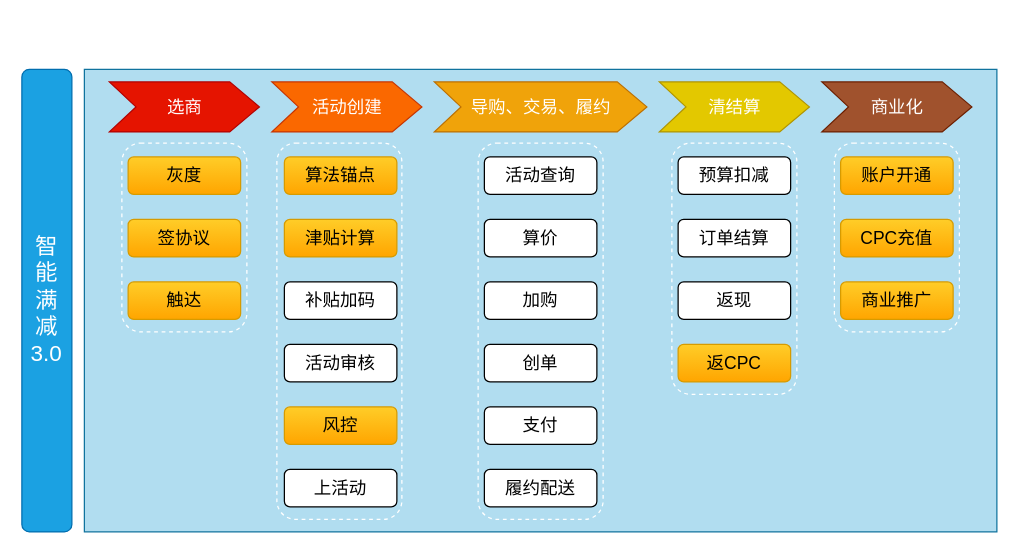
The draw.io diagram 智能满减.drawio in jon-kong/draw.io, before the edit. Source tidied: cells renumbered, new cells numbered last; positions are measured from the earlier drawing's top-left corner, leaving out a move shared by most shapes. Both pictures are drawn from the tidied source at 125%, with x=0, y=0 at pixel (21, 69).
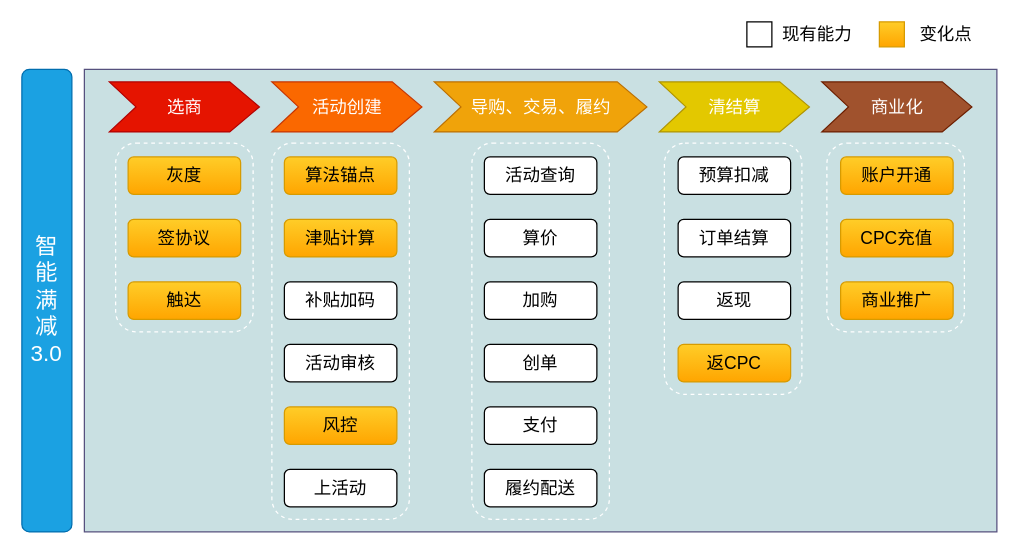
Above is the later version.

What changed in the source:
```diff
@@
-    <mxCell id="2" style="rounded=0;whiteSpace=wrap;html=1;fontSize=18;fillColor=#b1ddf0;strokeColor=#10739e;" parent="1" vertex="1">
+    <mxCell id="2" style="rounded=0;whiteSpace=wrap;html=1;fontSize=18;strokeColor=#56517e;fillColor=#C9E0E2;" parent="1" vertex="1">
       <mxGeometry x="50" width="730" height="370" as="geometry" />
     </mxCell>
     <mxCell id="3" style="rounded=1;whiteSpace=wrap;html=1;fontSize=14;dashed=1;fillColor=none;strokeColor=#FFFFFF;" parent="1" vertex="1">
-      <mxGeometry x="80" y="59" width="100" height="151" as="geometry" />
+      <mxGeometry x="75" y="59" width="110" height="151" as="geometry" />
     </mxCell>
@@
     <mxCell id="32" style="rounded=1;whiteSpace=wrap;html=1;fontSize=14;dashed=1;fillColor=none;strokeColor=#FFFFFF;" parent="1" vertex="1">
-      <mxGeometry x="204" y="59" width="100" height="301" as="geometry" />
+      <mxGeometry x="200" y="59" width="110" height="301" as="geometry" />
     </mxCell>
     <mxCell id="33" style="rounded=1;whiteSpace=wrap;html=1;fontSize=14;dashed=1;fillColor=none;strokeColor=#FFFFFF;" parent="1" vertex="1">
-      <mxGeometry x="365" y="59" width="100" height="301" as="geometry" />
+      <mxGeometry x="360" y="59" width="110" height="301" as="geometry" />
     </mxCell>
-    <mxCell id="34" style="rounded=1;whiteSpace=wrap;html=1;fontSize=14;dashed=1;fillColor=none;strokeColor=#FFFFFF;" parent="1" vertex="1">
-      <mxGeometry x="520" y="59" width="100" height="201" as="geometry" />
+    <mxCell id="34" style="rounded=1;whiteSpace=wrap;html=1;fontSize=14;dashed=1;fillColor=none;strokeColor=#FFFFFF;strokeWidth=1;" parent="1" vertex="1">
+      <mxGeometry x="514" y="59" width="110" height="201" as="geometry" />
     </mxCell>
     <mxCell id="35" style="rounded=1;whiteSpace=wrap;html=1;fontSize=14;dashed=1;fillColor=none;strokeColor=#FFFFFF;" parent="1" vertex="1">
-      <mxGeometry x="650" y="59" width="100" height="151" as="geometry" />
+      <mxGeometry x="644" y="59" width="110" height="151" as="geometry" />
     </mxCell>
+    <mxCell id="36" style="rounded=0;whiteSpace=wrap;html=1;fontSize=14;gradientColor=#ffa500;fillColor=#ffcd28;strokeColor=#d79b00;" parent="1" vertex="1">
+      <mxGeometry x="686" y="-38" width="20" height="20" as="geometry" />
+    </mxCell>
+    <mxCell id="37" value="变化点" style="text;html=1;align=center;verticalAlign=middle;fontSize=14;" parent="1" vertex="1">
+      <mxGeometry x="709" y="-38" width="60" height="20" as="geometry" />
+    </mxCell>
+    <mxCell id="38" style="rounded=0;whiteSpace=wrap;html=1;fontSize=14;" parent="1" vertex="1">
+      <mxGeometry x="580" y="-38" width="20" height="20" as="geometry" />
+    </mxCell>
+    <mxCell id="39" value="现有能力" style="text;html=1;align=center;verticalAlign=middle;fontSize=14;" parent="1" vertex="1">
+      <mxGeometry x="601" y="-38" width="70" height="20" as="geometry" />
+    </mxCell>
```
